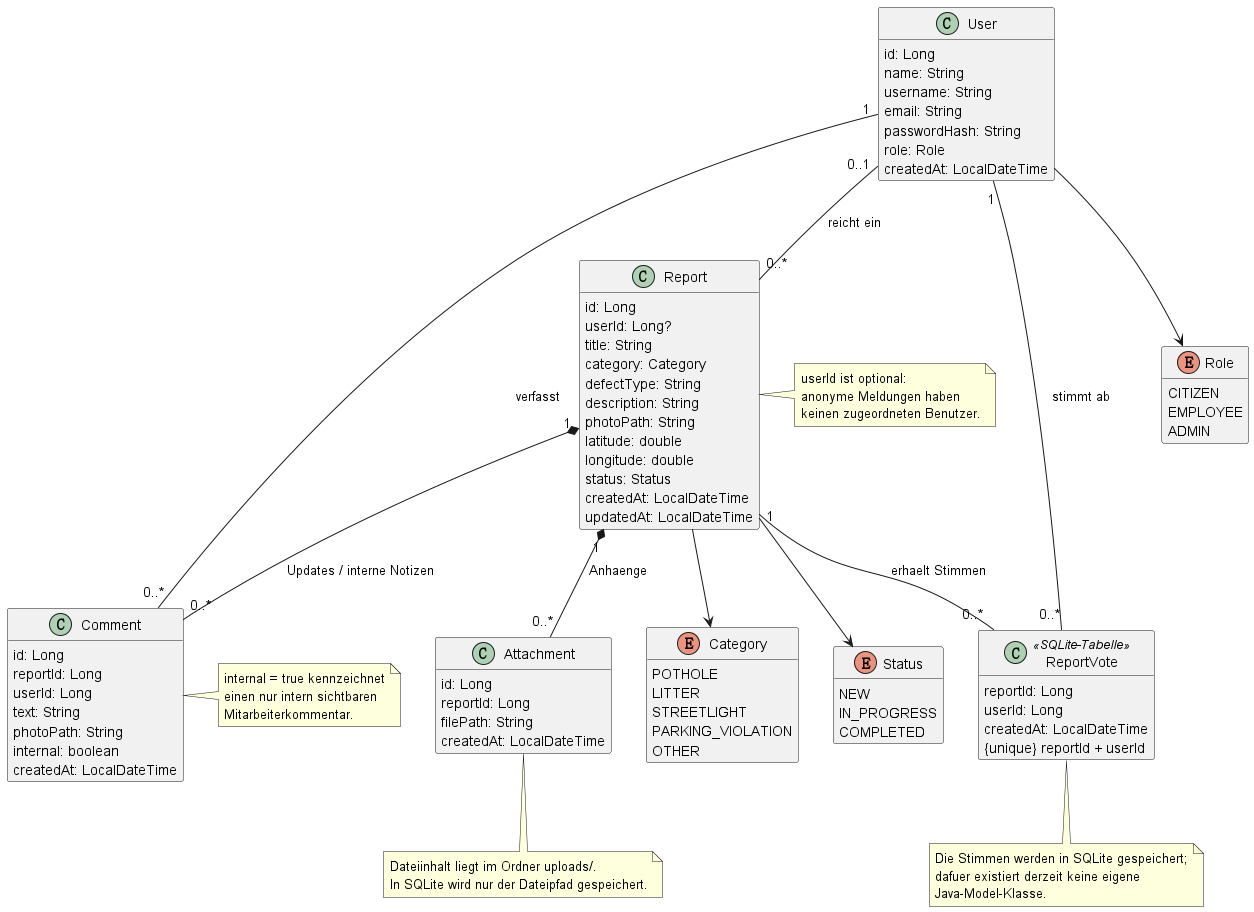
Earlier version of the PlantUML export docs/uml/export/domain-classes.png (wenhuan-liang/stadtmeldung-portal). The source it was exported from:
```plantuml
@startuml
skinparam classAttributeIconSize 0
hide methods

class User {
  id: Long
  name: String
  username: String
  email: String
  passwordHash: String
  role: Role
  createdAt: LocalDateTime
}

class Report {
  id: Long
  userId: Long?
  title: String
  category: Category
  defectType: String
  description: String
  photoPath: String
  latitude: double
  longitude: double
  status: Status
  createdAt: LocalDateTime
  updatedAt: LocalDateTime
}

class Comment {
  id: Long
  reportId: Long
  userId: Long
  text: String
  photoPath: String
  internal: boolean
  createdAt: LocalDateTime
}

class Attachment {
  id: Long
  reportId: Long
  filePath: String
  createdAt: LocalDateTime
}

class ReportVote <<SQLite-Tabelle>> {
  reportId: Long
  userId: Long
  createdAt: LocalDateTime
  {unique} reportId + userId
}

enum Role {
  CITIZEN
  EMPLOYEE
  ADMIN
}

enum Category {
  POTHOLE
  LITTER
  STREETLIGHT
  PARKING_VIOLATION
  OTHER
}

enum Status {
  NEW
  IN_PROGRESS
  COMPLETED
}

User "0..1" -- "0..*" Report : reicht ein
User "1" -- "0..*" Comment : verfasst
Report "1" *-- "0..*" Comment : Updates / interne Notizen
Report "1" *-- "0..*" Attachment : Anhaenge
User "1" -- "0..*" ReportVote : stimmt ab
Report "1" -- "0..*" ReportVote : erhaelt Stimmen
User --> Role
Report --> Category
Report --> Status

note right of Report
  userId ist optional:
  anonyme Meldungen haben
  keinen zugeordneten Benutzer.
end note

note right of Comment
  internal = true kennzeichnet
  einen nur intern sichtbaren
  Mitarbeiterkommentar.
end note

note bottom of Attachment
  Dateiinhalt liegt im Ordner uploads/.
  In SQLite wird nur der Dateipfad gespeichert.
end note

note bottom of ReportVote
  Die Stimmen werden in SQLite gespeichert;
  dafuer existiert derzeit keine eigene
  Java-Model-Klasse.
end note
@enduml
```
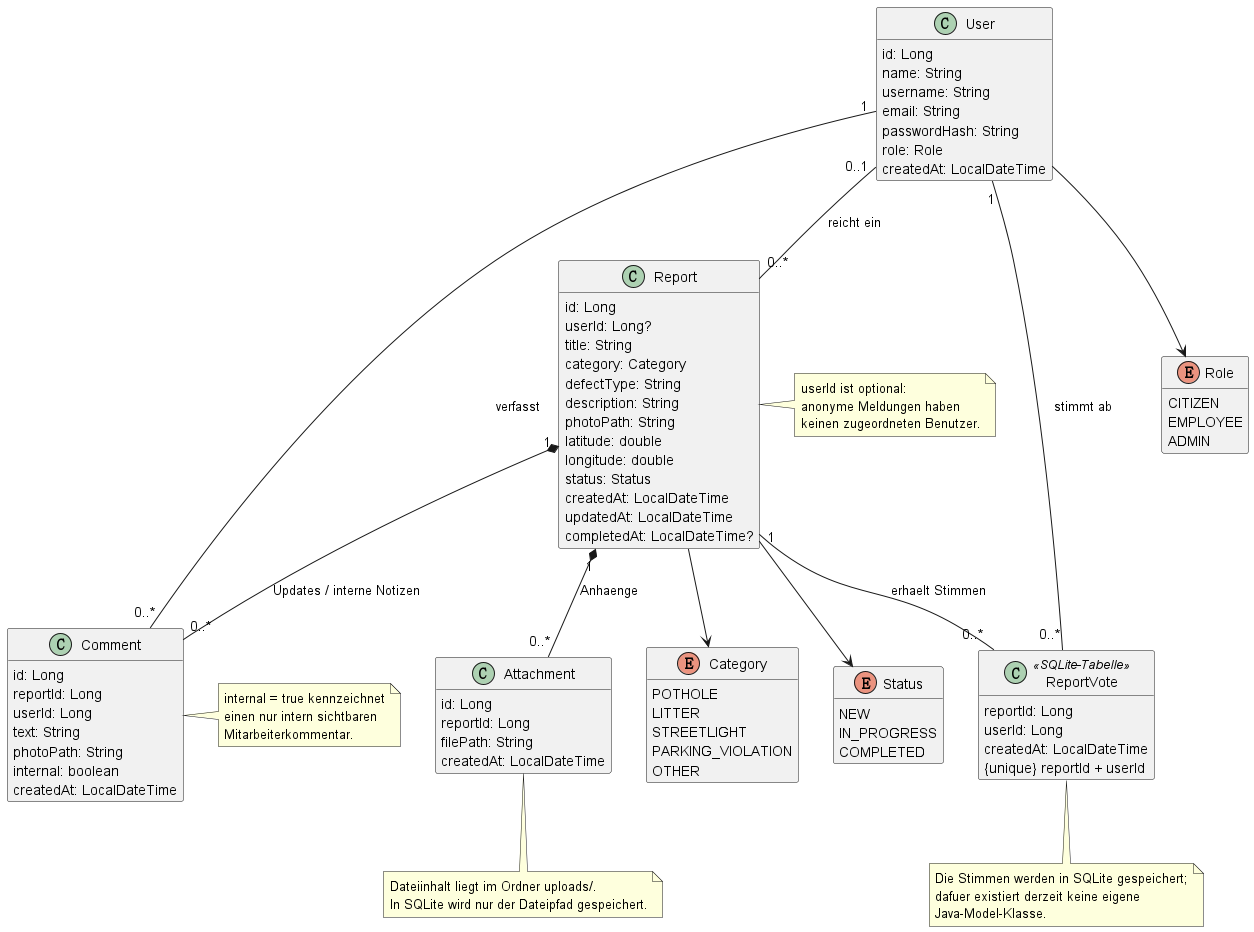
After the change.

What changed in the source:
```diff
@@ -25,6 +25,7 @@
   status: Status
   createdAt: LocalDateTime
   updatedAt: LocalDateTime
+  completedAt: LocalDateTime?
 }
 
 class Comment {
```
